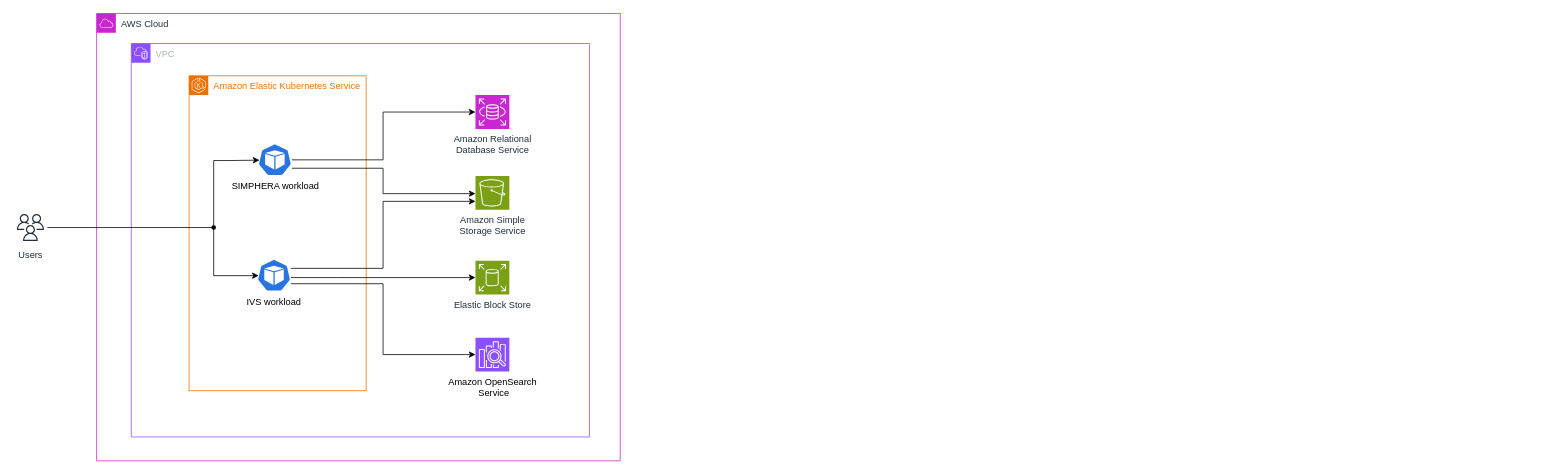
Earlier version of the draw.io diagram page "Simphera and IVS" (3 of 3) of architecture diagram.drawio (dspace-group/dspace-reference-architecture-aws). Source tidied: cells renumbered, new cells numbered last; positions are measured from the earlier drawing's top-left corner, leaving out a move shared by most shapes. Both pictures are drawn from the tidied source at 77%, with x=0, y=0 at pixel (13, 13).
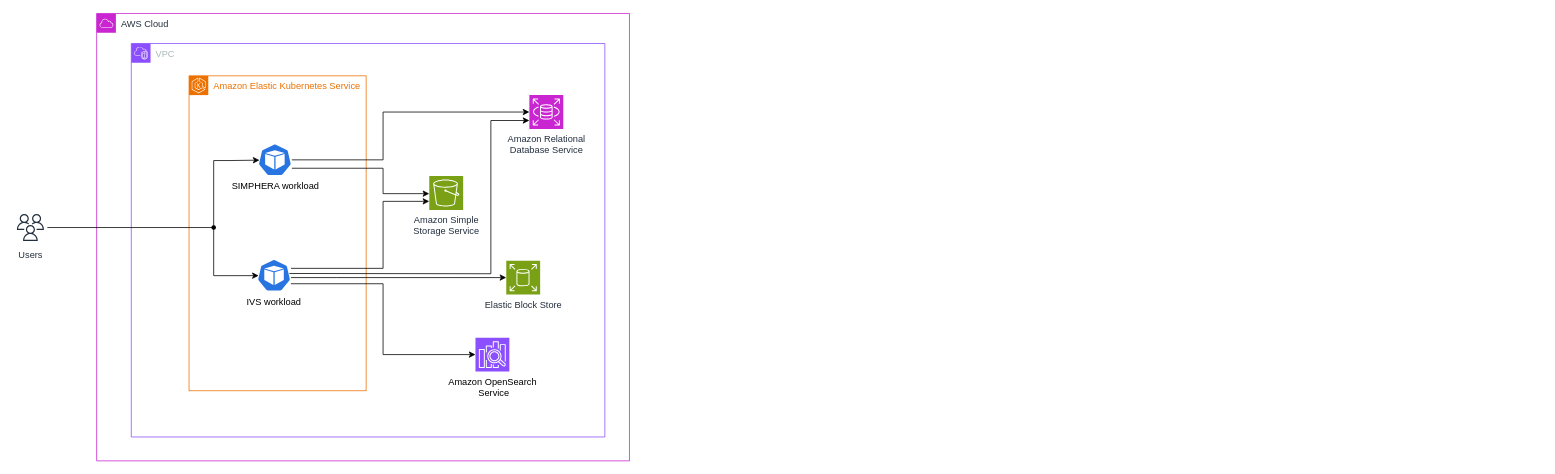
The same page after the edit.

Unchanged cells that the change refers to:
```xml
<mxCell id="12" value="IVS workload" style="sketch=0;html=1;dashed=0;whitespace=wrap;verticalLabelPosition=bottom;verticalAlign=top;fillColor=#2875E2;strokeColor=#ffffff;points=[[0.005,0.63,0],[0.1,0.2,0],[0.9,0.2,0],[0.5,0,0],[0.995,0.63,0],[0.72,0.99,0],[0.5,1,0],[0.28,0.99,0]];shape=mxgraph.kubernetes.icon2;prIcon=pod;" parent="2" vertex="1">
  <mxGeometry x="208.4" y="319" width="44" height="42.2" as="geometry" />
</mxCell>
```

The edit, as a diff of the source:
```diff
@@
     <mxCell id="2" value="AWS Cloud" style="gradientColor=none;html=1;whiteSpace=wrap;fontSize=12;fontStyle=0;shape=mxgraph.aws4.group;grIcon=mxgraph.aws4.group_aws_cloud;strokeColor=light-dark(#c925d1, #bdc7d4);fillColor=none;verticalAlign=top;align=left;spacingLeft=30;fontColor=#232F3E;dashed=0;" parent="1" vertex="1">
-      <mxGeometry x="108" width="680" height="581" as="geometry" />
+      <mxGeometry x="108" width="692" height="581" as="geometry" />
     </mxCell>
     <mxCell id="3" value="VPC" style="gradientColor=none;html=1;whiteSpace=wrap;fontSize=12;fontStyle=0;shape=mxgraph.aws4.group;grIcon=mxgraph.aws4.group_vpc2;strokeColor=#8C4FFF;fillColor=none;verticalAlign=top;align=left;spacingLeft=30;fontColor=#AAB7B8;dashed=0;perimeterSpacing=0;" parent="2" vertex="1">
-      <mxGeometry x="45" y="39" width="595" height="511" as="geometry" />
+      <mxGeometry x="45" y="39" width="615" height="511" as="geometry" />
     </mxCell>
@@
     <mxCell id="8" value="Amazon Simple&lt;div&gt;Storage Service&lt;/div&gt;" style="sketch=0;points=[[0,0,0],[0.25,0,0],[0.5,0,0],[0.75,0,0],[1,0,0],[0,1,0],[0.25,1,0],[0.5,1,0],[0.75,1,0],[1,1,0],[0,0.25,0],[0,0.5,0],[0,0.75,0],[1,0.25,0],[1,0.5,0],[1,0.75,0]];outlineConnect=0;fontColor=#232F3E;fillColor=#7AA116;strokeColor=#ffffff;dashed=0;verticalLabelPosition=bottom;verticalAlign=top;align=center;html=1;fontSize=12;fontStyle=0;shape=mxgraph.aws4.resourceIcon;resIcon=mxgraph.aws4.s3;" parent="2" vertex="1">
-      <mxGeometry x="492" y="211" width="44" height="44" as="geometry" />
+      <mxGeometry x="432" y="211.2" width="44" height="44" as="geometry" />
     </mxCell>
@@
     <mxCell id="10" value="Amazon Relational&lt;div&gt;Database Service&lt;/div&gt;" style="sketch=0;points=[[0,0,0],[0.25,0,0],[0.5,0,0],[0.75,0,0],[1,0,0],[0,1,0],[0.25,1,0],[0.5,1,0],[0.75,1,0],[1,1,0],[0,0.25,0],[0,0.5,0],[0,0.75,0],[1,0.25,0],[1,0.5,0],[1,0.75,0]];outlineConnect=0;fontColor=#232F3E;fillColor=#C925D1;strokeColor=#ffffff;dashed=0;verticalLabelPosition=bottom;verticalAlign=top;align=center;html=1;fontSize=12;fontStyle=0;shape=mxgraph.aws4.resourceIcon;resIcon=mxgraph.aws4.rds;" parent="2" vertex="1">
-      <mxGeometry x="492" y="106" width="44" height="44" as="geometry" />
+      <mxGeometry x="562" y="106" width="44" height="44" as="geometry" />
     </mxCell>
@@
+    <mxCell id="24" style="edgeStyle=none;html=1;exitX=0.935;exitY=0.443;exitDx=0;exitDy=0;exitPerimeter=0;rounded=0;curved=0;entryX=0;entryY=0.75;entryDx=0;entryDy=0;entryPerimeter=0;" parent="2" edge="1" source="12" target="10">
+      <mxGeometry relative="1" as="geometry">
+        <Array as="points">
+          <mxPoint x="512" y="338" />
+          <mxPoint x="512" y="139" />
+        </Array>
+      </mxGeometry>
+    </mxCell>
@@
     <mxCell id="13" value="Elastic Block Store" style="sketch=0;points=[[0,0,0],[0.25,0,0],[0.5,0,0],[0.75,0,0],[1,0,0],[0,1,0],[0.25,1,0],[0.5,1,0],[0.75,1,0],[1,1,0],[0,0.25,0],[0,0.5,0],[0,0.75,0],[1,0.25,0],[1,0.5,0],[1,0.75,0]];outlineConnect=0;fontColor=#232F3E;fillColor=#7AA116;strokeColor=#ffffff;dashed=0;verticalLabelPosition=bottom;verticalAlign=top;align=center;html=1;fontSize=12;fontStyle=0;shape=mxgraph.aws4.resourceIcon;resIcon=mxgraph.aws4.elastic_block_store;" parent="2" vertex="1">
-      <mxGeometry x="492" y="321" width="44" height="44" as="geometry" />
+      <mxGeometry x="532" y="321" width="44" height="44" as="geometry" />
     </mxCell>
```
